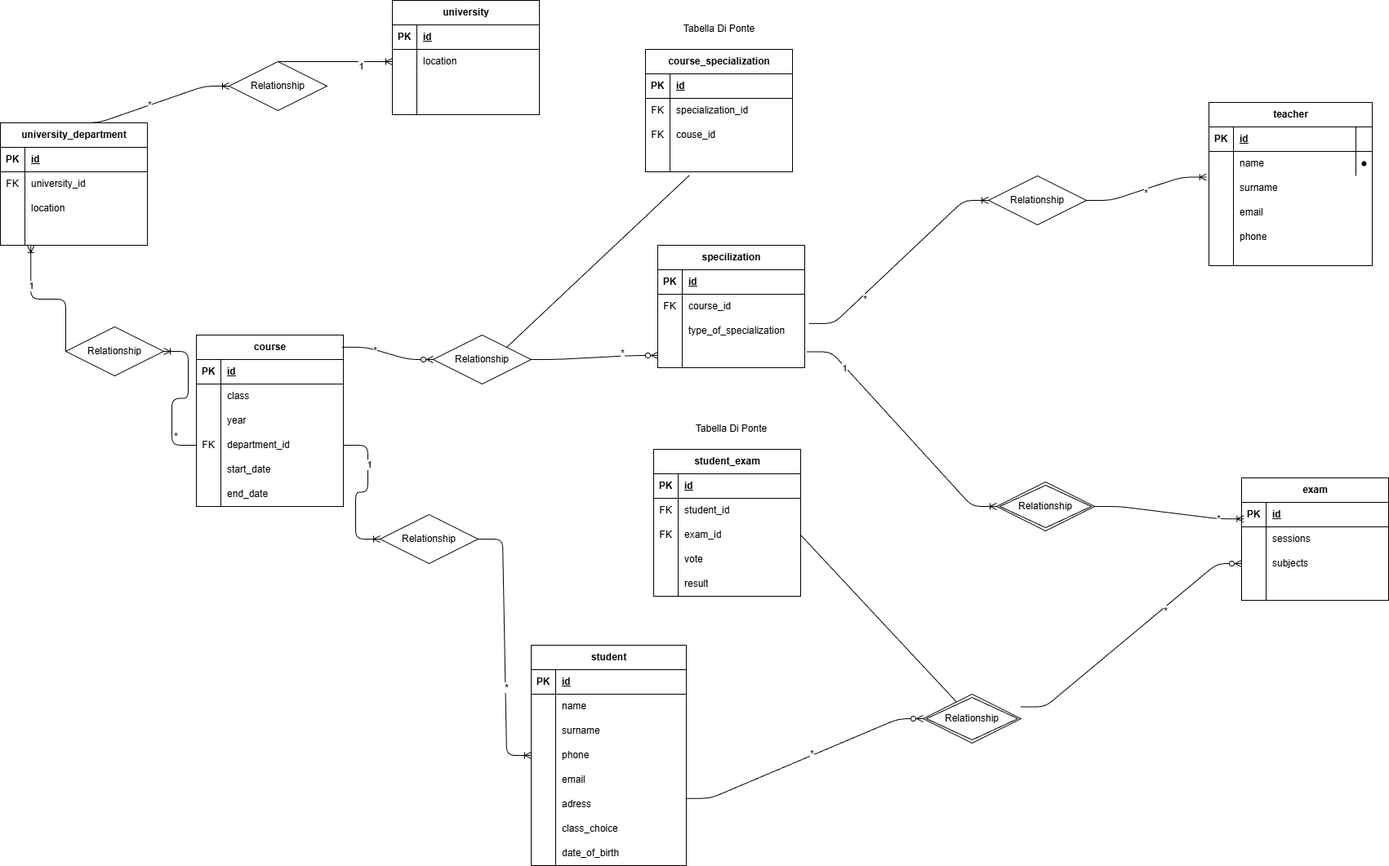
Earlier version of the draw.io export scheme.png (BkStyle89/db-university). Source tidied: cells renumbered, new cells last; positions are measured from the earlier drawing's top-left corner, leaving out a move shared by most shapes.
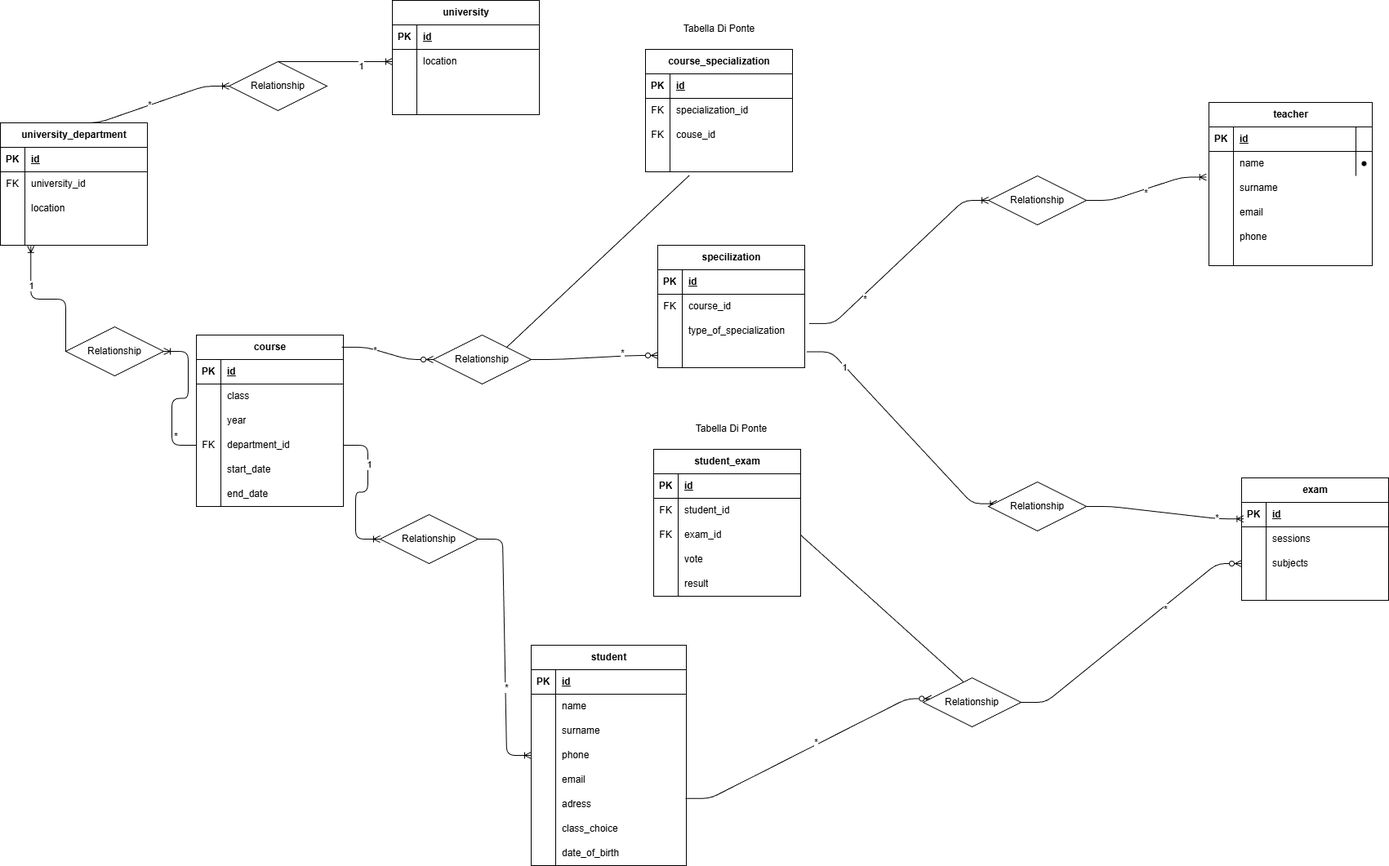
After the commit.

What changed in the source:
```diff
@@ -426,21 +426,18 @@
     <mxCell id="137" value="Relationship" style="shape=rhombus;perimeter=rhombusPerimeter;whiteSpace=wrap;html=1;align=center;" parent="1" vertex="1">
       <mxGeometry x="465" y="630" width="120" height="60" as="geometry" />
     </mxCell>
-    <mxCell id="138" style="edgeStyle=entityRelationEdgeStyle;fontSize=12;html=1;endArrow=ERoneToMany;entryX=0.013;entryY=0.674;entryDx=0;entryDy=0;entryPerimeter=0;exitX=1;exitY=0.5;exitDx=0;exitDy=0;" parent="1" edge="1" source="142" target="28">
+    <mxCell id="138" style="edgeStyle=entityRelationEdgeStyle;fontSize=12;html=1;endArrow=ERoneToMany;entryX=0.013;entryY=0.674;entryDx=0;entryDy=0;entryPerimeter=0;exitX=1;exitY=0.5;exitDx=0;exitDy=0;" parent="1" edge="1" source="186" target="28">
       <mxGeometry relative="1" as="geometry" />
     </mxCell>
     <mxCell id="139" value="*" style="edgeLabel;html=1;align=center;verticalAlign=middle;" parent="138" vertex="1">
       <mxGeometry x="0.66" y="1" relative="1" as="geometry" />
     </mxCell>
-    <mxCell id="140" style="edgeStyle=entityRelationEdgeStyle;fontSize=12;html=1;endArrow=ERoneToMany;entryX=0;entryY=0.5;entryDx=0;entryDy=0;exitX=1.013;exitY=0.352;exitDx=0;exitDy=0;exitPerimeter=0;" parent="1" edge="1" source="102" target="142">
+    <mxCell id="140" style="edgeStyle=entityRelationEdgeStyle;fontSize=12;html=1;endArrow=ERoneToMany;entryX=0.086;entryY=0.443;entryDx=0;entryDy=0;exitX=1.013;exitY=0.352;exitDx=0;exitDy=0;exitPerimeter=0;entryPerimeter=0;" parent="1" edge="1" source="102" target="186">
       <mxGeometry relative="1" as="geometry" />
     </mxCell>
     <mxCell id="141" value="1" style="edgeLabel;html=1;align=center;verticalAlign=middle;" parent="140" vertex="1">
       <mxGeometry x="-0.65" y="-1" relative="1" as="geometry" />
     </mxCell>
-    <mxCell id="142" value="Relationship" style="shape=rhombus;double=1;perimeter=rhombusPerimeter;whiteSpace=wrap;html=1;align=center;" parent="1" vertex="1">
-      <mxGeometry x="1220" y="590" width="120" height="60" as="geometry" />
-    </mxCell>
     <mxCell id="143" value="student_exam" style="shape=table;startSize=30;rowLines=0;fontStyle=1;align=center;html=1;" parent="1" vertex="1">
       <mxGeometry x="800" y="550" width="180" height="180" as="geometry" />
     </mxCell>
@@ -534,10 +531,10 @@
     <mxCell id="173" value="*" style="edgeLabel;html=1;align=center;verticalAlign=middle;" parent="172" vertex="1">
       <mxGeometry x="0.44" y="4" relative="1" as="geometry" />
     </mxCell>
-    <mxCell id="174" style="endArrow=none;html=1;rounded=0;exitX=1;exitY=0.5;exitDx=0;exitDy=0;" parent="1" edge="1" source="150" target="179">
+    <mxCell id="174" style="endArrow=none;html=1;rounded=0;exitX=1;exitY=0.5;exitDx=0;exitDy=0;entryX=0.449;entryY=0.149;entryDx=0;entryDy=0;entryPerimeter=0;" parent="1" edge="1" source="150" target="187">
       <mxGeometry relative="1" as="geometry" />
     </mxCell>
-    <mxCell id="175" style="edgeStyle=entityRelationEdgeStyle;fontSize=12;html=1;endArrow=ERzeroToMany;endFill=1;entryX=0;entryY=0.5;entryDx=0;entryDy=0;exitX=0.995;exitY=0.259;exitDx=0;exitDy=0;exitPerimeter=0;" parent="1" edge="1" source="179" target="34">
+    <mxCell id="175" style="edgeStyle=entityRelationEdgeStyle;fontSize=12;html=1;endArrow=ERzeroToMany;endFill=1;entryX=0;entryY=0.5;entryDx=0;entryDy=0;exitX=1;exitY=0.5;exitDx=0;exitDy=0;" parent="1" edge="1" source="187" target="34">
       <mxGeometry relative="1" as="geometry" />
     </mxCell>
     <mxCell id="176" value="*" style="edgeLabel;html=1;align=center;verticalAlign=middle;" parent="175" vertex="1">
@@ -545,15 +542,12 @@
         <mxPoint x="-1" as="offset" />
       </mxGeometry>
     </mxCell>
-    <mxCell id="177" style="edgeStyle=entityRelationEdgeStyle;fontSize=12;html=1;endArrow=ERzeroToMany;endFill=1;entryX=0;entryY=0.5;entryDx=0;entryDy=0;exitX=0.995;exitY=0.259;exitDx=0;exitDy=0;exitPerimeter=0;" parent="1" edge="1" source="18" target="179">
+    <mxCell id="177" style="edgeStyle=entityRelationEdgeStyle;fontSize=12;html=1;endArrow=ERzeroToMany;endFill=1;entryX=0.086;entryY=0.424;entryDx=0;entryDy=0;exitX=0.995;exitY=0.259;exitDx=0;exitDy=0;exitPerimeter=0;entryPerimeter=0;" parent="1" edge="1" source="18" target="187">
       <mxGeometry relative="1" as="geometry" />
     </mxCell>
     <mxCell id="178" value="*" style="edgeLabel;html=1;align=center;verticalAlign=middle;" parent="177" vertex="1">
       <mxGeometry x="0.07" y="3" relative="1" as="geometry" />
     </mxCell>
-    <mxCell id="179" value="Relationship" style="shape=rhombus;double=1;perimeter=rhombusPerimeter;whiteSpace=wrap;html=1;align=center;" parent="1" vertex="1">
-      <mxGeometry x="1130" y="850" width="120" height="60" as="geometry" />
-    </mxCell>
     <mxCell id="180" style="edgeStyle=entityRelationEdgeStyle;fontSize=12;html=1;endArrow=ERzeroToMany;endFill=1;entryX=0;entryY=0.5;entryDx=0;entryDy=0;exitX=0.989;exitY=0.071;exitDx=0;exitDy=0;exitPerimeter=0;" parent="1" edge="1" source="60" target="182">
       <mxGeometry relative="1" as="geometry" />
     </mxCell>
@@ -572,5 +566,11 @@
     <mxCell id="185" value="Tabella Di Ponte" style="text;html=1;align=center;verticalAlign=middle;strokeColor=none;fillColor=none;" parent="1" vertex="1">
       <mxGeometry x="840" y="510" width="110" height="30" as="geometry" />
     </mxCell>
+    <mxCell id="186" value="Relationship" style="shape=rhombus;perimeter=rhombusPerimeter;whiteSpace=wrap;html=1;align=center;" parent="1" vertex="1">
+      <mxGeometry x="1210" y="590" width="120" height="60" as="geometry" />
+    </mxCell>
+    <mxCell id="187" value="Relationship" style="shape=rhombus;perimeter=rhombusPerimeter;whiteSpace=wrap;html=1;align=center;" parent="1" vertex="1">
+      <mxGeometry x="1130" y="830" width="120" height="60" as="geometry" />
+    </mxCell>
   </root>
 </mxGraphModel>
```
